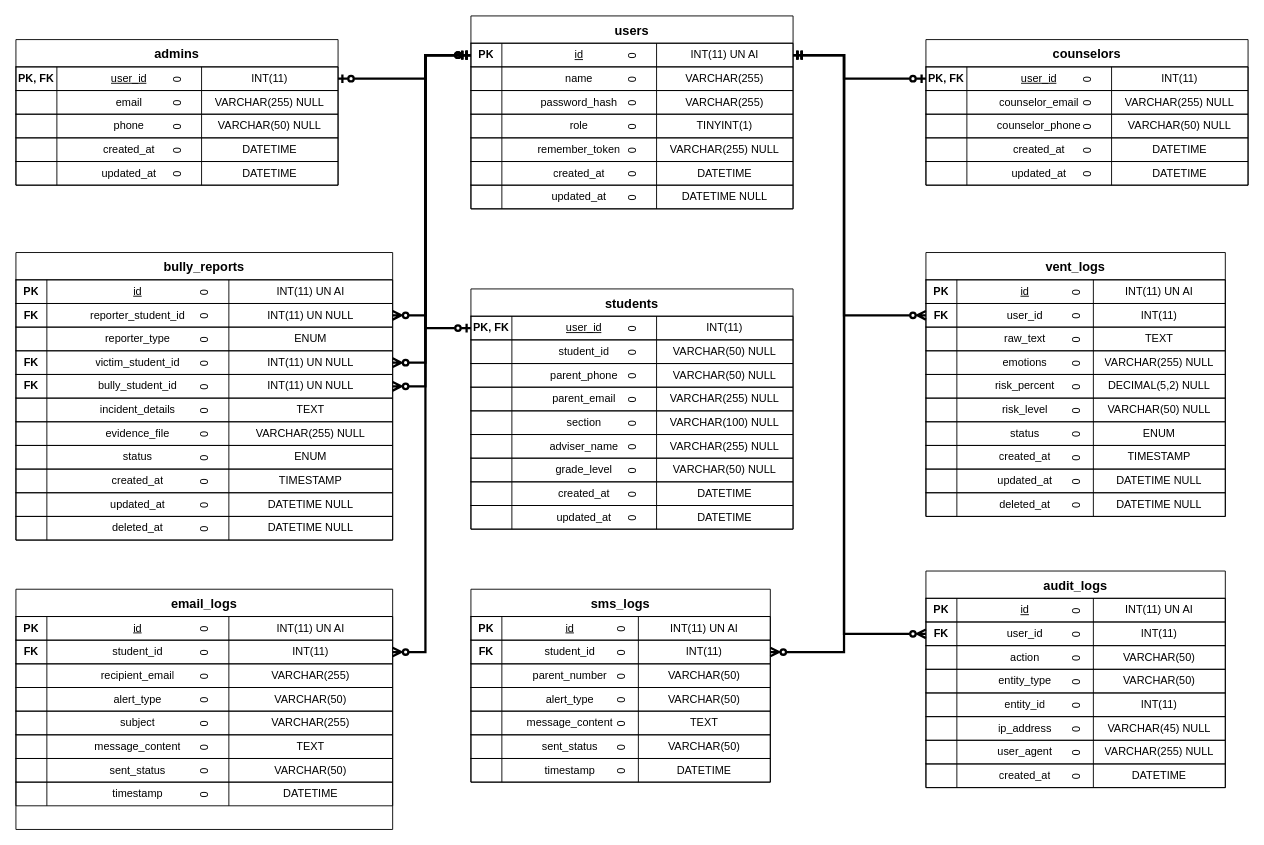
The draw.io diagram docs/erd_diagram.drawio in CrayCray3000/StudentShield-SoftwareEngineering, before the edit. Source tidied: cells renumbered, new cells numbered last; positions are measured from the earlier drawing's top-left corner, leaving out a move shared by most shapes. Both pictures are drawn from the tidied source at 91%, with x=0, y=0 at pixel (15, 15).
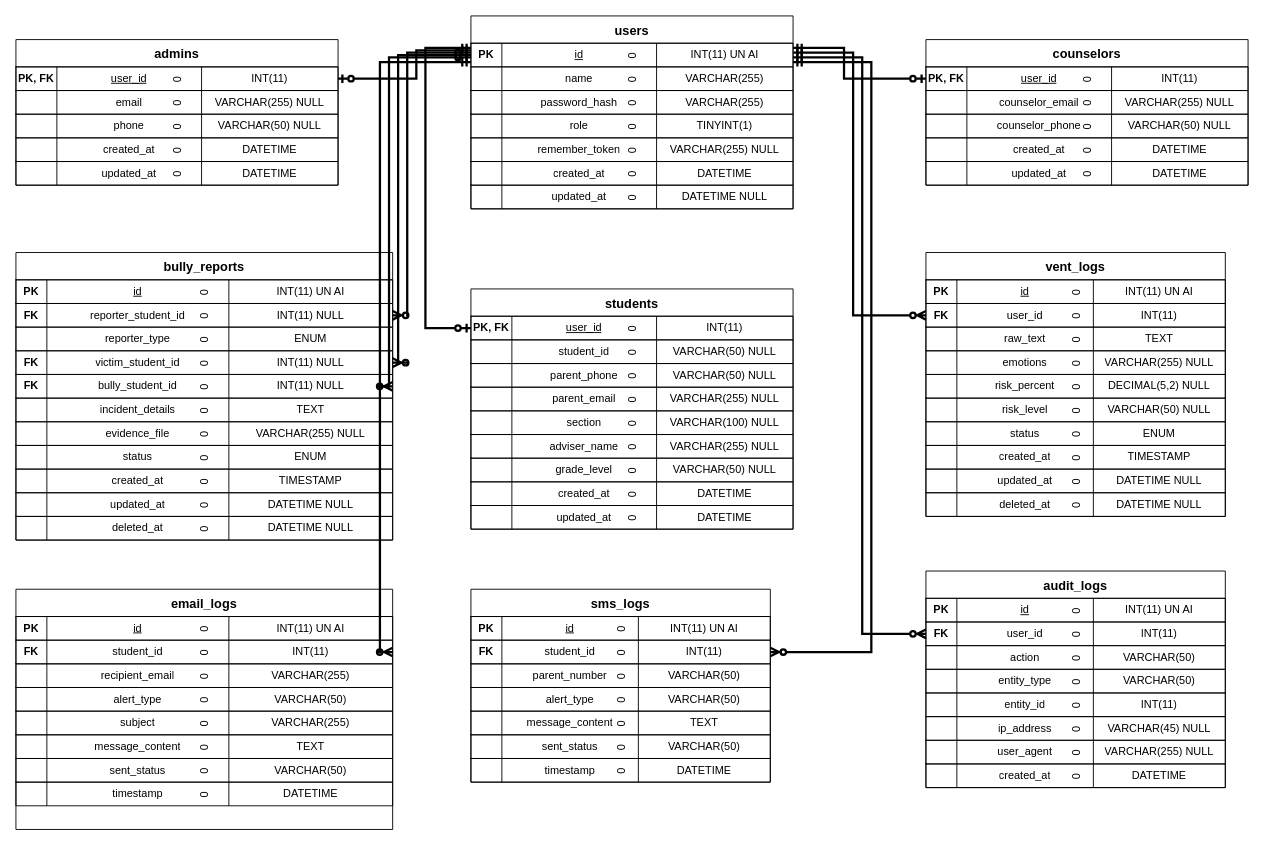
The same page after the edit.

Commit message (it also covers changes not shown here):
docs: resolve ERD diagram overlaps with staggered lines and align bully_reports foreign keys

The change refers to these unchanged cells:
```xml
<mxCell id="3" value="0" style="shape=tableRow;horizontal=0;startSize=0;swimlaneHead=0;swimlaneBody=0;fillColor=none;points=[[0,0.5],[1,0.5]];portConstraint=eastwest;fontSize=12;strokeColor=inherit;" parent="2" vertex="1">
  <mxGeometry y="30" width="354" height="26" as="geometry" />
</mxCell>
<mxCell id="32" value="0" style="shape=tableRow;horizontal=0;startSize=0;swimlaneHead=0;swimlaneBody=0;fillColor=none;points=[[0,0.5],[1,0.5]];portConstraint=eastwest;fontSize=12;strokeColor=inherit;" parent="31" vertex="1">
  <mxGeometry y="30" width="354" height="26" as="geometry" />
</mxCell>
<mxCell id="69" value="0" style="shape=tableRow;horizontal=0;startSize=0;swimlaneHead=0;swimlaneBody=0;fillColor=none;points=[[0,0.5],[1,0.5]];portConstraint=eastwest;fontSize=12;strokeColor=inherit;" parent="68" vertex="1">
  <mxGeometry y="30" width="354" height="26" as="geometry" />
</mxCell>
<mxCell id="90" value="0" style="shape=tableRow;horizontal=0;startSize=0;swimlaneHead=0;swimlaneBody=0;fillColor=none;points=[[0,0.5],[1,0.5]];portConstraint=eastwest;fontSize=12;strokeColor=inherit;" parent="89" vertex="1">
  <mxGeometry y="30" width="354" height="26" as="geometry" />
</mxCell>
<mxCell id="115" value="0" style="shape=tableRow;horizontal=0;startSize=0;swimlaneHead=0;swimlaneBody=0;fillColor=none;points=[[0,0.5],[1,0.5]];portConstraint=eastwest;fontSize=12;strokeColor=inherit;" parent="110" vertex="1">
  <mxGeometry y="56" width="329" height="26" as="geometry" />
</mxCell>
<mxCell id="156" value="0" style="shape=tableRow;horizontal=0;startSize=0;swimlaneHead=0;swimlaneBody=0;fillColor=none;points=[[0,0.5],[1,0.5]];portConstraint=eastwest;fontSize=12;strokeColor=inherit;" parent="151" vertex="1">
  <mxGeometry y="56" width="329" height="26" as="geometry" />
</mxCell>
<mxCell id="189" value="0" style="shape=tableRow;horizontal=0;startSize=0;swimlaneHead=0;swimlaneBody=0;fillColor=none;points=[[0,0.5],[1,0.5]];portConstraint=eastwest;fontSize=12;strokeColor=inherit;" parent="184" vertex="1">
  <mxGeometry y="56" width="329" height="26" as="geometry" />
</mxCell>
<mxCell id="218" value="0" style="shape=tableRow;horizontal=0;startSize=0;swimlaneHead=0;swimlaneBody=0;fillColor=none;points=[[0,0.5],[1,0.5]];portConstraint=eastwest;fontSize=12;strokeColor=inherit;" parent="213" vertex="1">
  <mxGeometry y="56" width="414" height="26" as="geometry" />
</mxCell>
<mxCell id="226" value="0" style="shape=tableRow;horizontal=0;startSize=0;swimlaneHead=0;swimlaneBody=0;fillColor=none;points=[[0,0.5],[1,0.5]];portConstraint=eastwest;fontSize=12;strokeColor=inherit;" parent="213" vertex="1">
  <mxGeometry y="108" width="414" height="26" as="geometry" />
</mxCell>
<mxCell id="230" value="0" style="shape=tableRow;horizontal=0;startSize=0;swimlaneHead=0;swimlaneBody=0;fillColor=none;points=[[0,0.5],[1,0.5]];portConstraint=eastwest;fontSize=12;strokeColor=inherit;" parent="213" vertex="1">
  <mxGeometry y="134" width="414" height="26" as="geometry" />
</mxCell>
<mxCell id="263" value="0" style="shape=tableRow;horizontal=0;startSize=0;swimlaneHead=0;swimlaneBody=0;fillColor=none;points=[[0,0.5],[1,0.5]];portConstraint=eastwest;fontSize=12;strokeColor=inherit;" parent="258" vertex="1">
  <mxGeometry y="56" width="414" height="26" as="geometry" />
</mxCell>
```

Diff of the diagram source:
```diff
@@
-    <mxCell id="221" value="INT(11) UN NULL" style="shape=partialRectangle;fillColor=none;top=0;left=0;bottom=0;right=0;overflow=hidden;whiteSpace=wrap;html=1;" parent="218" vertex="1">
+    <mxCell id="221" value="INT(11) NULL" style="shape=partialRectangle;fillColor=none;top=0;left=0;bottom=0;right=0;overflow=hidden;whiteSpace=wrap;html=1;" parent="218" vertex="1">
       <mxGeometry x="234" width="180" height="26" as="geometry" />
     </mxCell>
@@
-    <mxCell id="229" value="INT(11) UN NULL" style="shape=partialRectangle;fillColor=none;top=0;left=0;bottom=0;right=0;overflow=hidden;whiteSpace=wrap;html=1;" parent="226" vertex="1">
+    <mxCell id="229" value="INT(11) NULL" style="shape=partialRectangle;fillColor=none;top=0;left=0;bottom=0;right=0;overflow=hidden;whiteSpace=wrap;html=1;" parent="226" vertex="1">
       <mxGeometry x="234" width="180" height="26" as="geometry" />
     </mxCell>
@@
-    <mxCell id="233" value="INT(11) UN NULL" style="shape=partialRectangle;fillColor=none;top=0;left=0;bottom=0;right=0;overflow=hidden;whiteSpace=wrap;html=1;" parent="230" vertex="1">
+    <mxCell id="233" value="INT(11) NULL" style="shape=partialRectangle;fillColor=none;top=0;left=0;bottom=0;right=0;overflow=hidden;whiteSpace=wrap;html=1;" parent="230" vertex="1">
       <mxGeometry x="234" width="180" height="26" as="geometry" />
     </mxCell>
@@
-    <mxCell id="291" style="edgeStyle=orthogonalEdgeStyle;rounded=0;jettySize=auto;html=1;endArrow=ERzeroToOne;endFill=0;startArrow=ERmandOne;startFill=0;strokeColor=#000000;strokeWidth=2.5;exitX=0;exitY=0.5;exitDx=0;exitDy=0;exitPerimeter=0;entryX=0;entryY=0.5;entryDx=0;entryDy=0;entryPerimeter=0;" parent="1" edge="1" source="3" target="32">
+    <mxCell id="291" style="edgeStyle=orthogonalEdgeStyle;rounded=0;jettySize=auto;html=1;endArrow=ERzeroToOne;endFill=0;startArrow=ERmandOne;startFill=0;strokeColor=#000000;strokeWidth=2.5;exitX=0;exitY=0.2;exitDx=0;exitDy=0;exitPerimeter=0;entryX=0;entryY=0.5;entryDx=0;entryDy=0;entryPerimeter=0;" parent="1" edge="1" source="3" target="32">
       <mxGeometry relative="1" as="geometry">
         <Array as="points">
-          <mxPoint x="450" y="43" />
+          <mxPoint x="450" y="35" />
           <mxPoint x="450" y="343" />
         </Array>
       </mxGeometry>
     </mxCell>
-    <mxCell id="292" style="edgeStyle=orthogonalEdgeStyle;rounded=0;jettySize=auto;html=1;endArrow=ERzeroToOne;endFill=0;startArrow=ERmandOne;startFill=0;strokeColor=#000000;strokeWidth=2.5;exitX=1;exitY=0.5;exitDx=0;exitDy=0;exitPerimeter=0;entryX=0;entryY=0.5;entryDx=0;entryDy=0;entryPerimeter=0;" parent="1" edge="1" source="3" target="69">
+    <mxCell id="292" style="edgeStyle=orthogonalEdgeStyle;rounded=0;jettySize=auto;html=1;endArrow=ERzeroToOne;endFill=0;startArrow=ERmandOne;startFill=0;strokeColor=#000000;strokeWidth=2.5;exitX=1;exitY=0.2;exitDx=0;exitDy=0;exitPerimeter=0;entryX=0;entryY=0.5;entryDx=0;entryDy=0;entryPerimeter=0;" parent="1" edge="1" source="3" target="69">
       <mxGeometry relative="1" as="geometry">
         <Array as="points">
-          <mxPoint x="910" y="43" />
+          <mxPoint x="910" y="35" />
           <mxPoint x="910" y="69" />
         </Array>
       </mxGeometry>
     </mxCell>
-    <mxCell id="293" style="edgeStyle=orthogonalEdgeStyle;rounded=0;jettySize=auto;html=1;endArrow=ERzeroToOne;endFill=0;startArrow=ERmandOne;startFill=0;strokeColor=#000000;strokeWidth=2.5;exitX=0;exitY=0.5;exitDx=0;exitDy=0;exitPerimeter=0;entryX=1;entryY=0.5;entryDx=0;entryDy=0;entryPerimeter=0;" parent="1" edge="1" source="3" target="90">
+    <mxCell id="293" style="edgeStyle=orthogonalEdgeStyle;rounded=0;jettySize=auto;html=1;endArrow=ERzeroToOne;endFill=0;startArrow=ERmandOne;startFill=0;strokeColor=#000000;strokeWidth=2.5;exitX=0;exitY=0.3;exitDx=0;exitDy=0;exitPerimeter=0;entryX=1;entryY=0.5;entryDx=0;entryDy=0;entryPerimeter=0;" parent="1" edge="1" source="3" target="90">
       <mxGeometry relative="1" as="geometry">
         <Array as="points">
-          <mxPoint x="450" y="43" />
-          <mxPoint x="450" y="69" />
+          <mxPoint x="440" y="38" />
+          <mxPoint x="440" y="69" />
         </Array>
       </mxGeometry>
     </mxCell>
-    <mxCell id="294" style="edgeStyle=orthogonalEdgeStyle;rounded=0;jettySize=auto;html=1;endArrow=ERzeroToMany;endFill=0;startArrow=ERmandOne;startFill=0;strokeColor=#000000;strokeWidth=2.5;exitX=1;exitY=0.5;exitDx=0;exitDy=0;exitPerimeter=0;entryX=0;entryY=0.5;entryDx=0;entryDy=0;entryPerimeter=0;" parent="1" edge="1" source="3" target="115">
+    <mxCell id="294" style="edgeStyle=orthogonalEdgeStyle;rounded=0;jettySize=auto;html=1;endArrow=ERzeroToMany;endFill=0;startArrow=ERmandOne;startFill=0;strokeColor=#000000;strokeWidth=2.5;exitX=1;exitY=0.4;exitDx=0;exitDy=0;exitPerimeter=0;entryX=0;entryY=0.5;entryDx=0;entryDy=0;entryPerimeter=0;" parent="1" edge="1" source="3" target="115">
       <mxGeometry relative="1" as="geometry">
         <Array as="points">
-          <mxPoint x="910" y="43" />
-          <mxPoint x="910" y="329" />
+          <mxPoint x="920" y="40" />
+          <mxPoint x="920" y="329" />
         </Array>
       </mxGeometry>
     </mxCell>
-    <mxCell id="295" style="edgeStyle=orthogonalEdgeStyle;rounded=0;jettySize=auto;html=1;endArrow=ERzeroToMany;endFill=0;startArrow=ERmandOne;startFill=0;strokeColor=#000000;strokeWidth=2.5;exitX=1;exitY=0.5;exitDx=0;exitDy=0;exitPerimeter=0;entryX=0;entryY=0.5;entryDx=0;entryDy=0;entryPerimeter=0;" parent="1" edge="1" source="3" target="156">
+    <mxCell id="295" style="edgeStyle=orthogonalEdgeStyle;rounded=0;jettySize=auto;html=1;endArrow=ERzeroToMany;endFill=0;startArrow=ERmandOne;startFill=0;strokeColor=#000000;strokeWidth=2.5;exitX=1;exitY=0.6;exitDx=0;exitDy=0;exitPerimeter=0;entryX=0;entryY=0.5;entryDx=0;entryDy=0;entryPerimeter=0;" parent="1" edge="1" source="3" target="156">
       <mxGeometry relative="1" as="geometry">
         <Array as="points">
-          <mxPoint x="910" y="43" />
-          <mxPoint x="910" y="679" />
+          <mxPoint x="930" y="46" />
+          <mxPoint x="930" y="679" />
         </Array>
       </mxGeometry>
     </mxCell>
-    <mxCell id="296" style="edgeStyle=orthogonalEdgeStyle;rounded=0;jettySize=auto;html=1;endArrow=ERzeroToMany;endFill=0;startArrow=ERmandOne;startFill=0;strokeColor=#000000;strokeWidth=2.5;exitX=1;exitY=0.5;exitDx=0;exitDy=0;exitPerimeter=0;entryX=1;entryY=0.5;entryDx=0;entryDy=0;entryPerimeter=0;" parent="1" edge="1" source="3" target="189">
+    <mxCell id="296" style="edgeStyle=orthogonalEdgeStyle;rounded=0;jettySize=auto;html=1;endArrow=ERzeroToMany;endFill=0;startArrow=ERmandOne;startFill=0;strokeColor=#000000;strokeWidth=2.5;exitX=1;exitY=0.8;exitDx=0;exitDy=0;exitPerimeter=0;entryX=1;entryY=0.5;entryDx=0;entryDy=0;entryPerimeter=0;" parent="1" edge="1" source="3" target="189">
       <mxGeometry relative="1" as="geometry">
         <Array as="points">
-          <mxPoint x="910" y="43" />
-          <mxPoint x="910" y="699" />
+          <mxPoint x="940" y="51" />
+          <mxPoint x="940" y="699" />
         </Array>
       </mxGeometry>
     </mxCell>
-    <mxCell id="297" style="edgeStyle=orthogonalEdgeStyle;rounded=0;jettySize=auto;html=1;endArrow=ERzeroToMany;endFill=0;startArrow=ERzeroToOne;startFill=0;strokeColor=#000000;strokeWidth=2.5;exitX=0;exitY=0.5;exitDx=0;exitDy=0;exitPerimeter=0;entryX=1;entryY=0.5;entryDx=0;entryDy=0;entryPerimeter=0;" parent="1" edge="1" source="3" target="218">
+    <mxCell id="297" style="edgeStyle=orthogonalEdgeStyle;rounded=0;jettySize=auto;html=1;endArrow=ERzeroToMany;endFill=0;startArrow=ERzeroToOne;startFill=0;strokeColor=#000000;strokeWidth=2.5;exitX=0;exitY=0.4;exitDx=0;exitDy=0;exitPerimeter=0;entryX=1;entryY=0.5;entryDx=0;entryDy=0;entryPerimeter=0;" parent="1" edge="1" source="3" target="218">
       <mxGeometry relative="1" as="geometry">
         <Array as="points">
-          <mxPoint x="450" y="43" />
-          <mxPoint x="450" y="329" />
+          <mxPoint x="430" y="40" />
+          <mxPoint x="430" y="329" />
         </Array>
       </mxGeometry>
     </mxCell>
     <mxCell id="298" style="edgeStyle=orthogonalEdgeStyle;rounded=0;jettySize=auto;html=1;endArrow=ERzeroToMany;endFill=0;startArrow=ERzeroToOne;startFill=0;strokeColor=#000000;strokeWidth=2.5;exitX=0;exitY=0.5;exitDx=0;exitDy=0;exitPerimeter=0;entryX=1;entryY=0.5;entryDx=0;entryDy=0;entryPerimeter=0;" parent="1" edge="1" source="3" target="226">
       <mxGeometry relative="1" as="geometry">
         <Array as="points">
-          <mxPoint x="450" y="43" />
-          <mxPoint x="450" y="381" />
+          <mxPoint x="420" y="43" />
+          <mxPoint x="420" y="381" />
         </Array>
       </mxGeometry>
     </mxCell>
-    <mxCell id="299" style="edgeStyle=orthogonalEdgeStyle;rounded=0;jettySize=auto;html=1;endArrow=ERzeroToMany;endFill=0;startArrow=ERzeroToOne;startFill=0;strokeColor=#000000;strokeWidth=2.5;exitX=0;exitY=0.5;exitDx=0;exitDy=0;exitPerimeter=0;entryX=1;entryY=0.5;entryDx=0;entryDy=0;entryPerimeter=0;" parent="1" edge="1" source="3" target="230">
+    <mxCell id="299" style="edgeStyle=orthogonalEdgeStyle;rounded=0;jettySize=auto;html=1;endArrow=ERzeroToMany;endFill=0;startArrow=ERzeroToOne;startFill=0;strokeColor=#000000;strokeWidth=2.5;exitX=0;exitY=0.6;exitDx=0;exitDy=0;exitPerimeter=0;entryX=1;entryY=0.5;entryDx=0;entryDy=0;entryPerimeter=0;" parent="1" edge="1" source="3" target="230">
       <mxGeometry relative="1" as="geometry">
         <Array as="points">
-          <mxPoint x="450" y="43" />
-          <mxPoint x="450" y="407" />
+          <mxPoint x="410" y="46" />
+          <mxPoint x="410" y="407" />
         </Array>
       </mxGeometry>
     </mxCell>
-    <mxCell id="300" style="edgeStyle=orthogonalEdgeStyle;rounded=0;jettySize=auto;html=1;endArrow=ERzeroToMany;endFill=0;startArrow=ERmandOne;startFill=0;strokeColor=#000000;strokeWidth=2.5;exitX=0;exitY=0.5;exitDx=0;exitDy=0;exitPerimeter=0;entryX=1;entryY=0.5;entryDx=0;entryDy=0;entryPerimeter=0;" parent="1" edge="1" source="3" target="263">
+    <mxCell id="300" style="edgeStyle=orthogonalEdgeStyle;rounded=0;jettySize=auto;html=1;endArrow=ERzeroToMany;endFill=0;startArrow=ERmandOne;startFill=0;strokeColor=#000000;strokeWidth=2.5;exitX=0;exitY=0.8;exitDx=0;exitDy=0;exitPerimeter=0;entryX=1;entryY=0.5;entryDx=0;entryDy=0;entryPerimeter=0;" parent="1" edge="1" source="3" target="263">
       <mxGeometry relative="1" as="geometry">
         <Array as="points">
-          <mxPoint x="450" y="43" />
-          <mxPoint x="450" y="699" />
+          <mxPoint x="400" y="51" />
+          <mxPoint x="400" y="699" />
         </Array>
       </mxGeometry>
     </mxCell>
```
